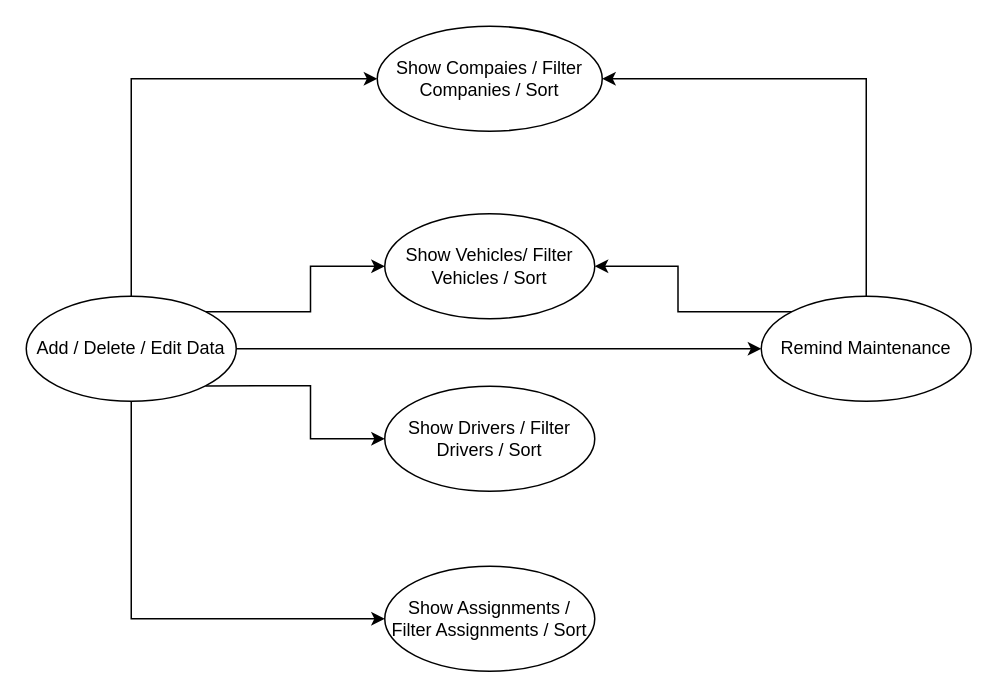
Shahab-Shahrashoob/Fleet-Management keeps this draw.io diagram as UseCase Diagram.drawio. Above is the earlier version. Source tidied: cells renumbered, new cells numbered last; positions are measured from the earlier drawing's top-left corner, leaving out a move shared by most shapes. Both pictures are drawn from the tidied source at 150%, with x=0, y=0 at pixel (26, 26).
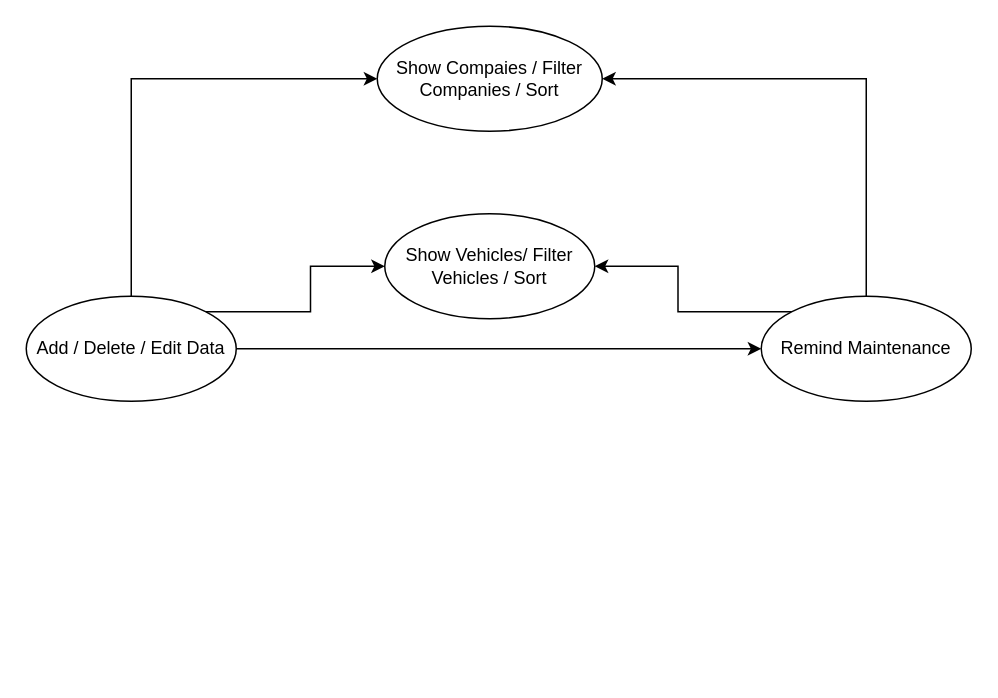
The same diagram, later.

Change to the diagram source:
```diff
@@
 <mxGraphModel>
   <root>
     <mxCell id="0" />
     <mxCell id="1" parent="0" />
     <mxCell id="2" value="Show Compaies / Filter Companies / Sort" style="ellipse;whiteSpace=wrap;html=1;" parent="1" vertex="1">
       <mxGeometry x="234" width="150" height="70" as="geometry" />
     </mxCell>
     <mxCell id="3" value="Show Vehicles/ Filter Vehicles / Sort" style="ellipse;whiteSpace=wrap;html=1;" parent="1" vertex="1">
       <mxGeometry x="239" y="125" width="140" height="70" as="geometry" />
     </mxCell>
     <mxCell id="4" style="edgeStyle=orthogonalEdgeStyle;rounded=0;jettySize=auto;html=1;exitX=0;exitY=0;exitDx=0;exitDy=0;entryX=1;entryY=0.5;entryDx=0;entryDy=0;" parent="1" edge="1" source="6" target="3">
       <mxGeometry relative="1" as="geometry" />
     </mxCell>
     <mxCell id="5" style="edgeStyle=orthogonalEdgeStyle;rounded=0;jettySize=auto;html=1;exitX=0.5;exitY=0;exitDx=0;exitDy=0;entryX=1;entryY=0.5;entryDx=0;entryDy=0;" parent="1" edge="1" source="6" target="2">
       <mxGeometry relative="1" as="geometry" />
     </mxCell>
     <mxCell id="6" value="Remind Maintenance" style="ellipse;whiteSpace=wrap;html=1;" parent="1" vertex="1">
       <mxGeometry x="490" y="180" width="140" height="70" as="geometry" />
     </mxCell>
-    <mxCell id="7" value="Show Drivers / Filter Drivers / Sort" style="ellipse;whiteSpace=wrap;html=1;" parent="1" vertex="1">
-      <mxGeometry x="239" y="240" width="140" height="70" as="geometry" />
-    </mxCell>
-    <mxCell id="8" value="Show Assignments / Filter Assignments / Sort" style="ellipse;whiteSpace=wrap;html=1;" parent="1" vertex="1">
-      <mxGeometry x="239" y="360" width="140" height="70" as="geometry" />
-    </mxCell>
     <mxCell id="9" style="edgeStyle=orthogonalEdgeStyle;rounded=0;jettySize=auto;html=1;exitX=0.5;exitY=0;exitDx=0;exitDy=0;entryX=0;entryY=0.5;entryDx=0;entryDy=0;" parent="1" edge="1" source="14" target="2">
       <mxGeometry relative="1" as="geometry" />
     </mxCell>
     <mxCell id="10" style="edgeStyle=orthogonalEdgeStyle;rounded=0;jettySize=auto;html=1;exitX=1;exitY=0;exitDx=0;exitDy=0;" parent="1" edge="1" source="14" target="3">
       <mxGeometry relative="1" as="geometry" />
     </mxCell>
-    <mxCell id="11" style="edgeStyle=orthogonalEdgeStyle;rounded=0;jettySize=auto;html=1;exitX=1;exitY=1;exitDx=0;exitDy=0;entryX=0;entryY=0.5;entryDx=0;entryDy=0;" parent="1" edge="1" source="14" target="7">
-      <mxGeometry relative="1" as="geometry" />
-    </mxCell>
-    <mxCell id="12" style="edgeStyle=orthogonalEdgeStyle;rounded=0;jettySize=auto;html=1;exitX=0.5;exitY=1;exitDx=0;exitDy=0;entryX=0;entryY=0.5;entryDx=0;entryDy=0;" parent="1" edge="1" source="14" target="8">
-      <mxGeometry relative="1" as="geometry" />
-    </mxCell>
     <mxCell id="13" style="edgeStyle=orthogonalEdgeStyle;rounded=0;jettySize=auto;html=1;exitX=1;exitY=0.5;exitDx=0;exitDy=0;entryX=0;entryY=0.5;entryDx=0;entryDy=0;" parent="1" edge="1" source="14" target="6">
       <mxGeometry relative="1" as="geometry" />
     </mxCell>
     <mxCell id="14" value="Add / Delete / Edit Data" style="ellipse;whiteSpace=wrap;html=1;" parent="1" vertex="1">
       <mxGeometry y="180" width="140" height="70" as="geometry" />
     </mxCell>
   </root>
 </mxGraphModel>
```
